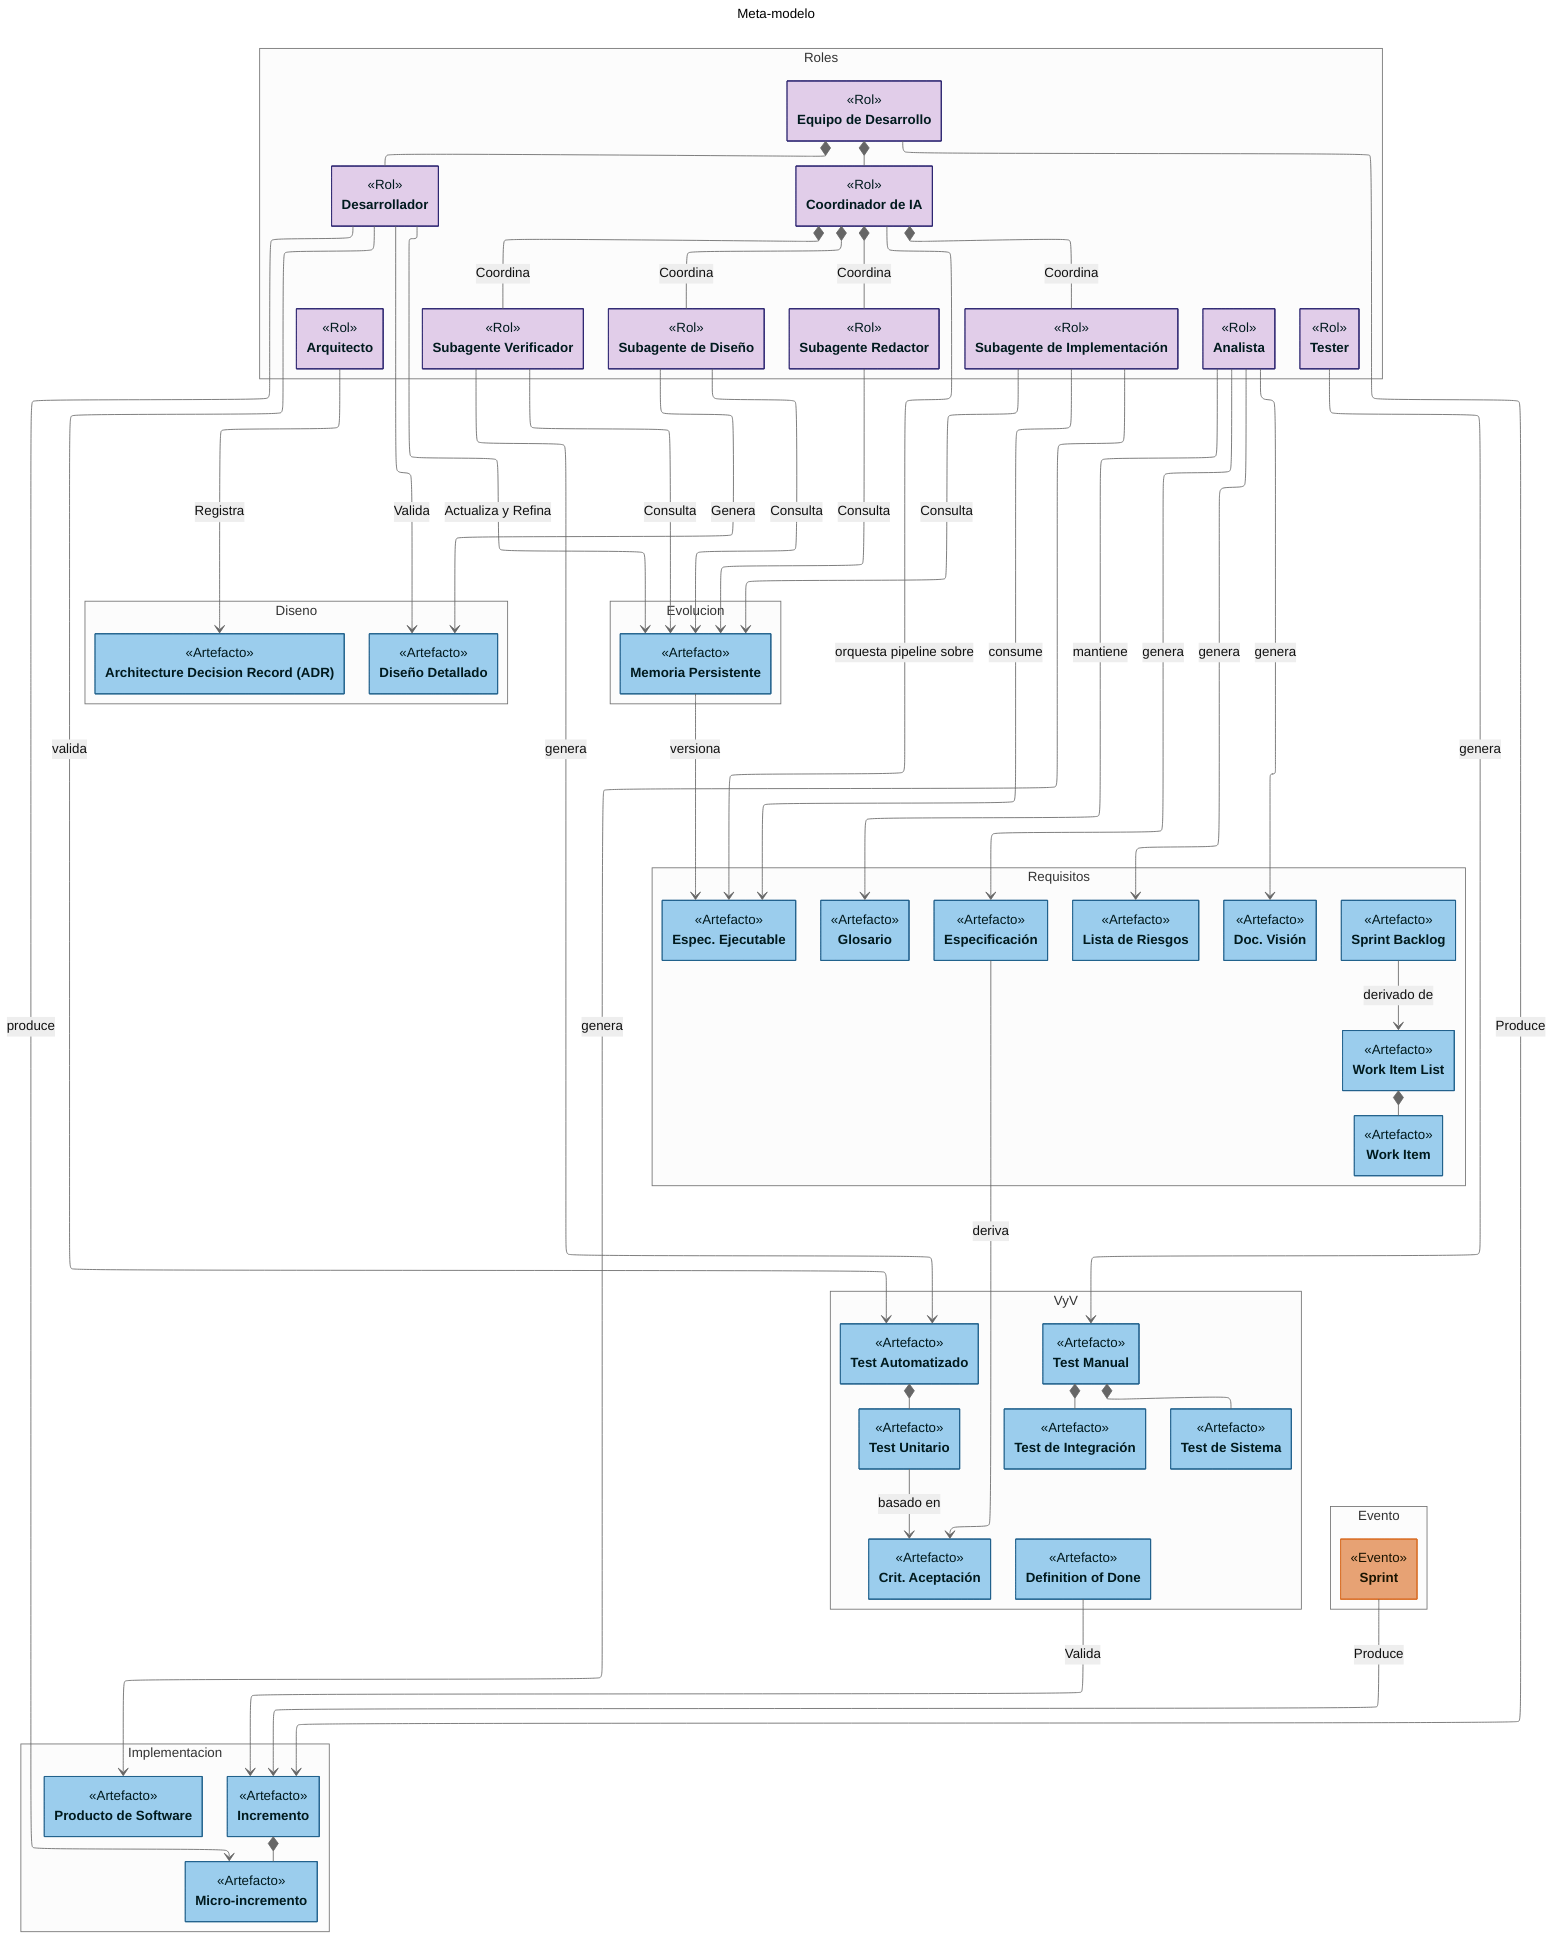
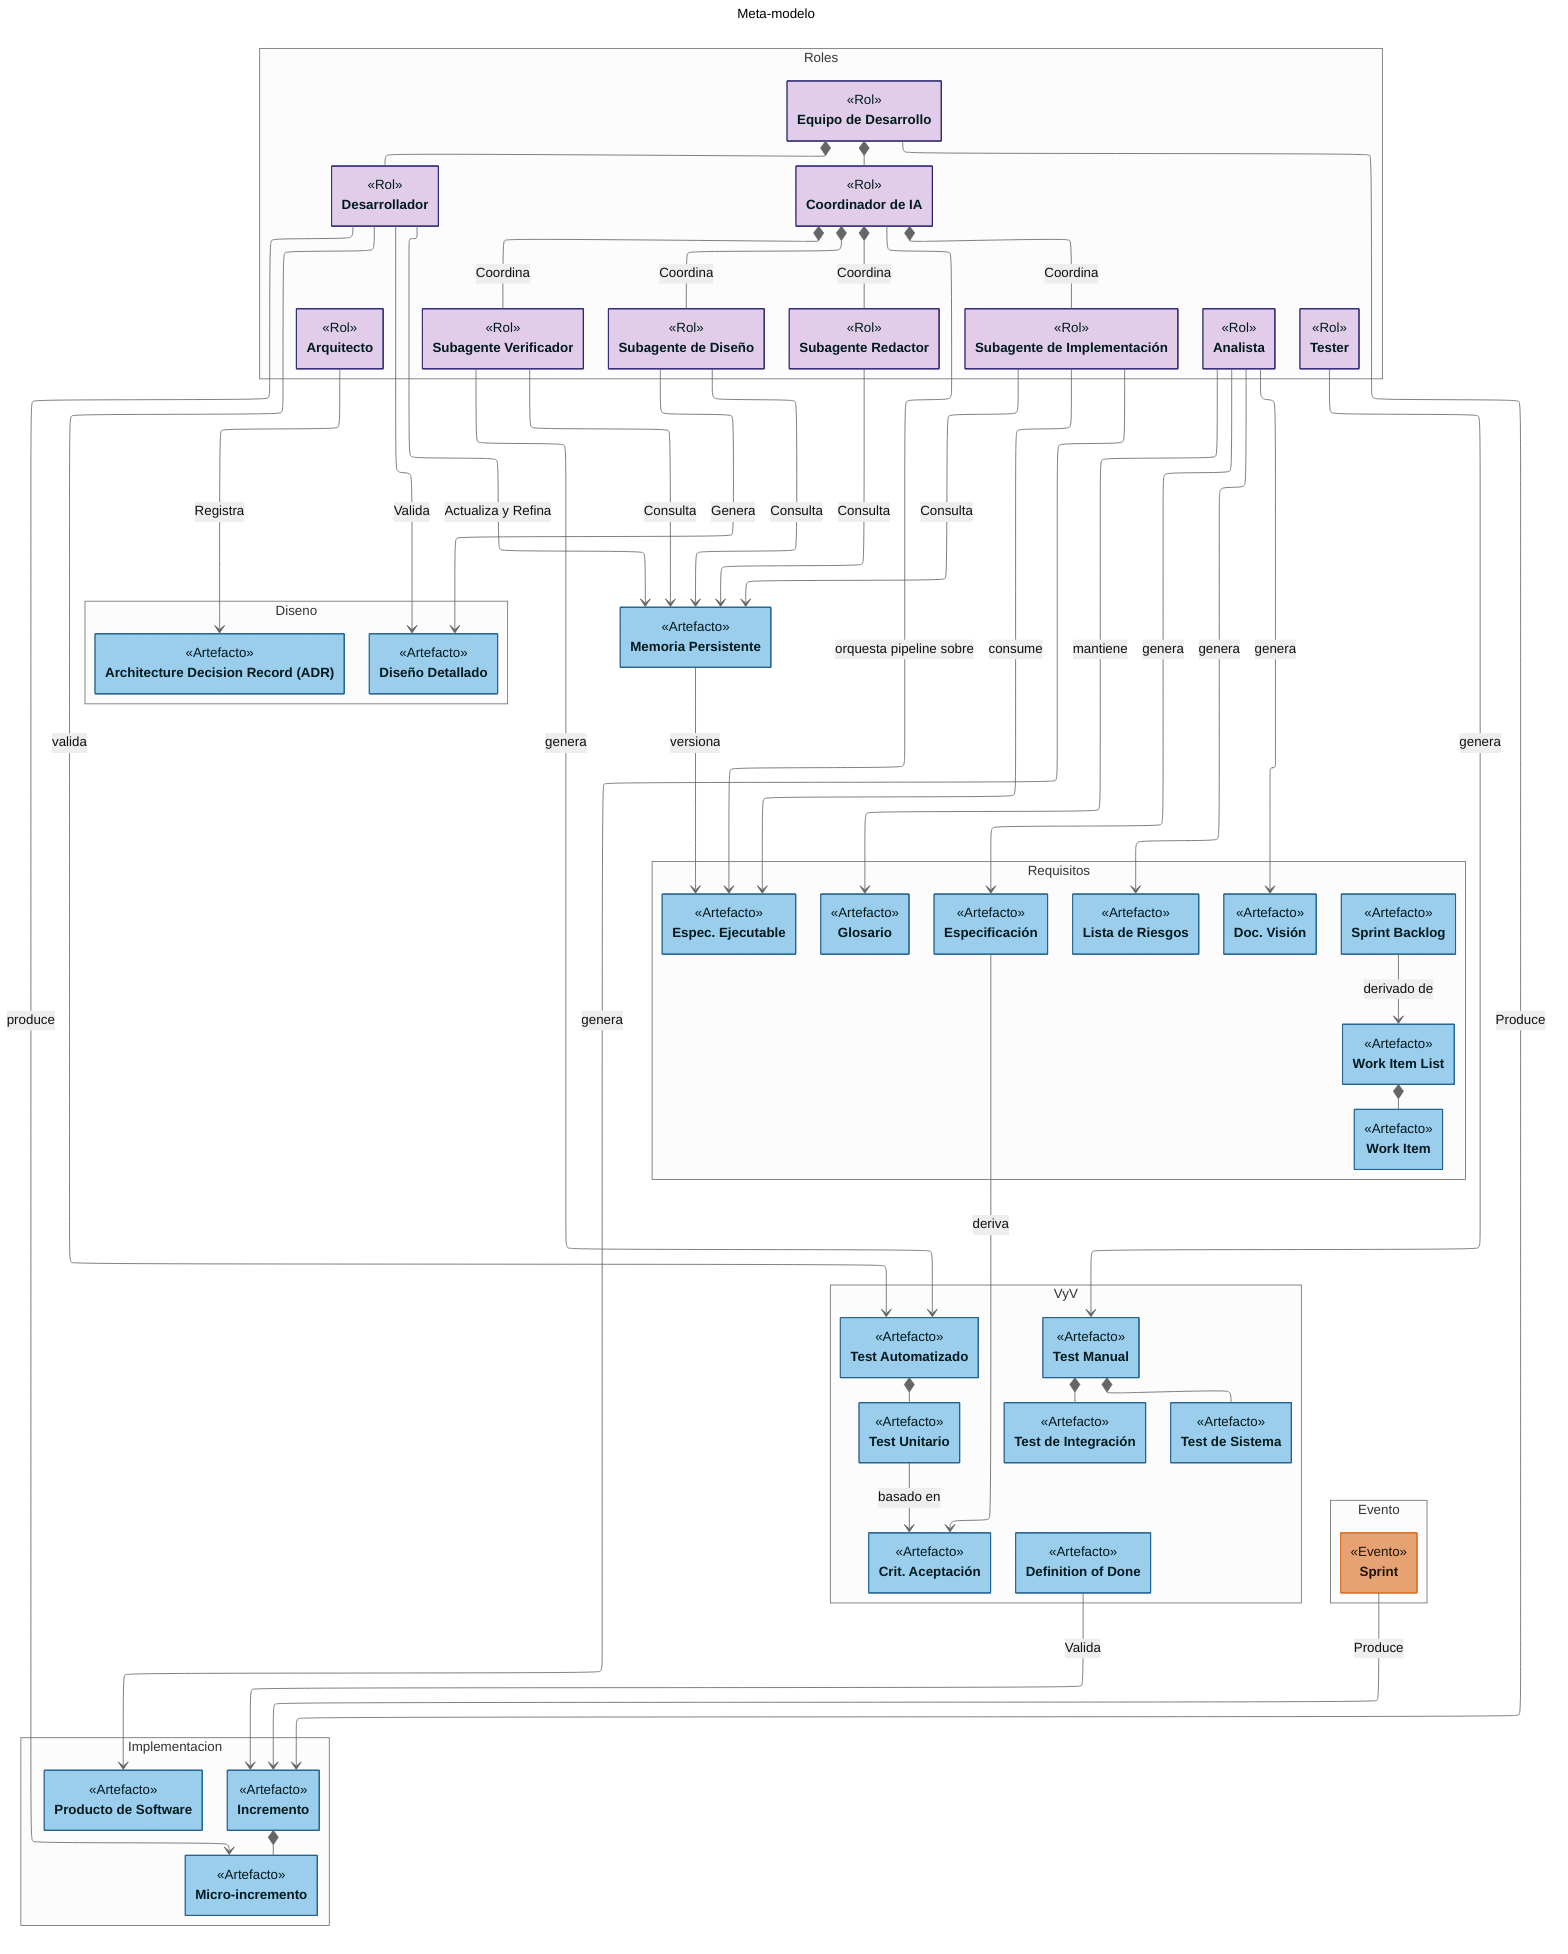
---
config:
    layout: elk
    class:
        hideEmptyMembersBox: true
    theme: neutral
title: Meta-modelo
---
classDiagram

namespace Roles {
    class Arquitecto["Arquitecto"]:::rol {
        <<Rol>>
    }

    class SubDis["Subagente de Diseño"]:::rol {
        <<Rol>>
    }

    class SubVer["Subagente Verificador"]:::rol {
        <<Rol>>
    }

    class SubImp["Subagente de Implementación"]:::rol {
        <<Rol>>
    }

    class SubRed["Subagente Redactor"]:::rol {
        <<Rol>>
    }

    class CoordinadorIA["Coordinador de IA"]:::rol {
        <<Rol>>
    }

    class Analista["Analista"]:::rol {
        <<Rol>>
    }

    class Desarrollador["Desarrollador"]:::rol {
        <<Rol>>
    }

    class Tester["Tester"]:::rol {
        <<Rol>>
    }

    class EquipoDesarrollo["Equipo de Desarrollo"]:::rol {
        <<Rol>>
    }
}

EquipoDesarrollo *-- Desarrollador
EquipoDesarrollo *-- CoordinadorIA
CoordinadorIA *-- SubVer : Coordina
CoordinadorIA *-- SubDis : Coordina
CoordinadorIA *-- SubImp : Coordina
CoordinadorIA *-- SubRed : Coordina

namespace Diseno {
    class ADR["Architecture Decision Record (ADR)"]:::artefacto {
        <<Artefacto>>
    }
    class DisenoDetallado["Diseño Detallado"]:::artefacto {
        <<Artefacto>>
    }
}

- namespace Evolucion {
+ 
    class MemoriaPersistente["Memoria Persistente"]:::artefacto {
        <<Artefacto>>
    }
- }
+ 

namespace Requisitos {
    class Glosario["Glosario"]:::artefacto {
        <<Artefacto>>
    }
    class ListaRiesgos["Lista de Riesgos"]:::artefacto {
        <<Artefacto>>
    }
    class DocVision["Doc. Visión"]:::artefacto {
        <<Artefacto>>
    }
    class EspecEjecutable["Espec. Ejecutable"]:::artefacto {
        <<Artefacto>>
    }
    class SprintBacklog["Sprint Backlog"]:::artefacto {
        <<Artefacto>>
    }
    class WorkItemList["Work Item List"]:::artefacto {
        <<Artefacto>>
    }
    class WorkItem["Work Item"]:::artefacto {
        <<Artefacto>>
    }
    class Especificacion["Especificación"]:::artefacto {
        <<Artefacto>>
    }
}

WorkItemList *-- WorkItem

namespace VyV {
    class TestAutomatizado["Test Automatizado"]:::artefacto {
        <<Artefacto>>
    }

    class TestUnitario["Test Unitario"]:::artefacto {
        <<Artefacto>>
    }

    class TestManual["Test Manual"]:::artefacto {
        <<Artefacto>>
    }

    class TestSistema["Test de Sistema"]:::artefacto {
        <<Artefacto>>
    }

    class TestIntegracion["Test de Integración"]:::artefacto {
        <<Artefacto>>
    }

    class DoD["Definition of Done"]:::artefacto {
        <<Artefacto>>
    }

    class CriteriosAceptacion["Crit. Aceptación"]:::artefacto {
        <<Artefacto>>
    }
}

TestAutomatizado *-- TestUnitario
TestManual *-- TestIntegracion
TestManual *-- TestSistema

namespace Implementacion {
    class MicroIncremento["Micro-incremento"]:::artefacto {
        <<Artefacto>>
    }
    class Incremento["Incremento"]:::artefacto {
        <<Artefacto>>
    }
    class ProductoSoftware["Producto de Software"]:::artefacto {
        <<Artefacto>>
    }
}

Incremento *-- MicroIncremento

namespace Evento {
    class Sprint["Sprint"]:::evento {
        <<Evento>>
    }
}

%% === RELACIONES ===
Arquitecto --> ADR : Registra
SubDis --> DisenoDetallado : Genera
Desarrollador --> DisenoDetallado : Valida

Desarrollador --> MemoriaPersistente : Actualiza y Refina
SubDis --> MemoriaPersistente : Consulta
SubVer --> MemoriaPersistente : Consulta
SubRed --> MemoriaPersistente : Consulta
SubImp --> MemoriaPersistente : Consulta

EquipoDesarrollo --> Incremento : Produce
Sprint --> Incremento : Produce
DoD --> Incremento : Valida

Analista --> ListaRiesgos : genera
Analista --> DocVision : genera
Analista --> Especificacion : genera
Analista --> Glosario : mantiene
SubImp --> EspecEjecutable : consume
SubImp --> ProductoSoftware : genera
SubVer --> TestAutomatizado : genera
Desarrollador --> TestAutomatizado : valida
Tester --> TestManual : genera
Desarrollador --> MicroIncremento : produce
CoordinadorIA --> EspecEjecutable : orquesta pipeline sobre
Especificacion --> CriteriosAceptacion : deriva
TestUnitario --> CriteriosAceptacion : basado en
MemoriaPersistente --> EspecEjecutable : versiona
SprintBacklog --> WorkItemList : derivado de


classDef proceso fill:#3d3d3a,stroke:#2C2C2A,color:#F1EFE8
classDef fase fill:#A2D9CE,stroke:#0E6655,color:#1a0033
classDef disciplina fill:#F9E79F,stroke:#C5A00D,color:#1a0f00
classDef evento fill:#E7A274,stroke:#D96E26,color:#1a1400
classDef rol fill:#E1CDE9,stroke:#2c2570,color:#001a1e
classDef artefacto fill: #9BCDED,stroke:#21618C,color:#001a1e